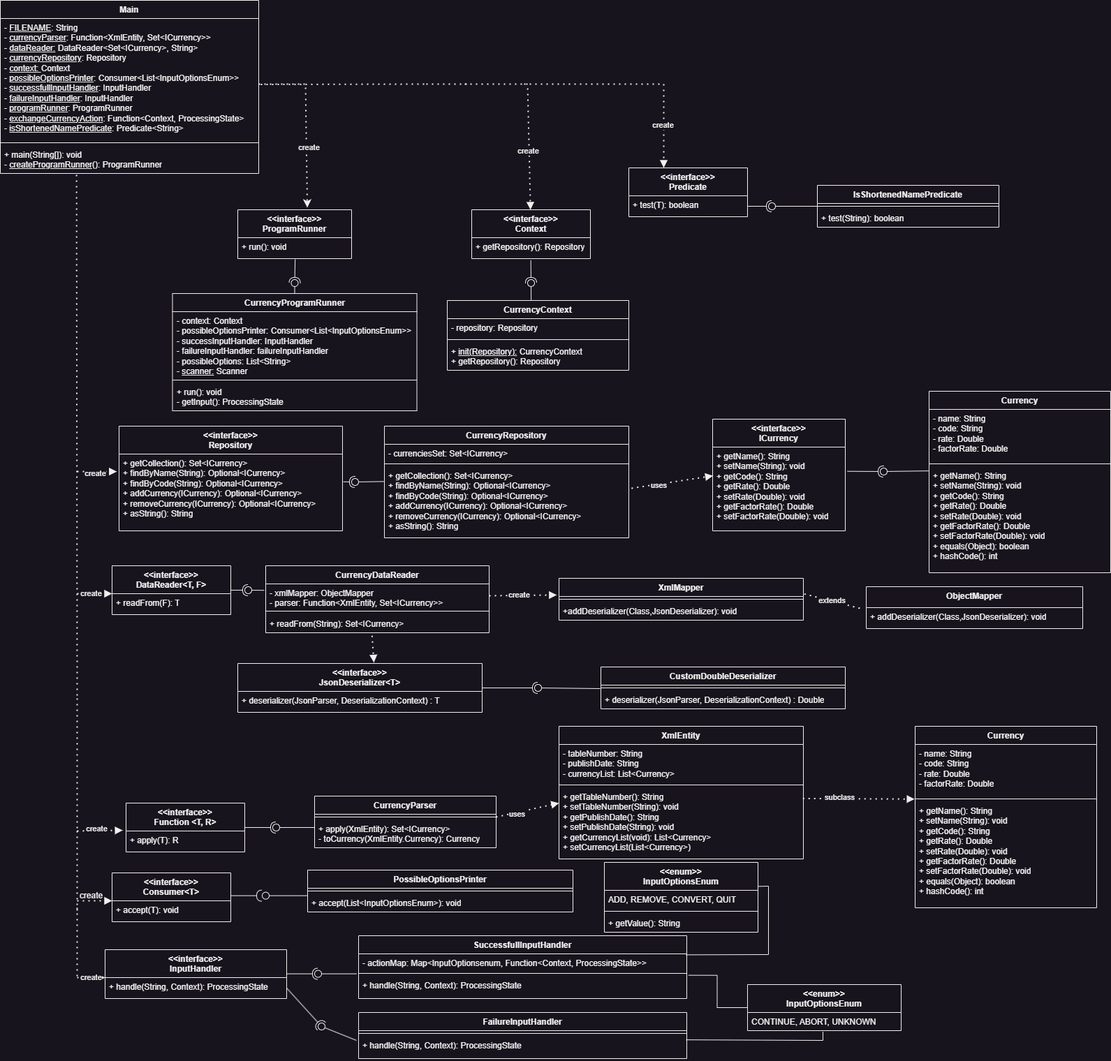
Before: CurrenciesConverter/currencies-diagram.drawio.png, a diagram exported from draw.io (matjamr/to-studies). Source tidied: cells renumbered, new cells last; positions are measured from the earlier drawing's top-left corner, leaving out a move shared by most shapes.
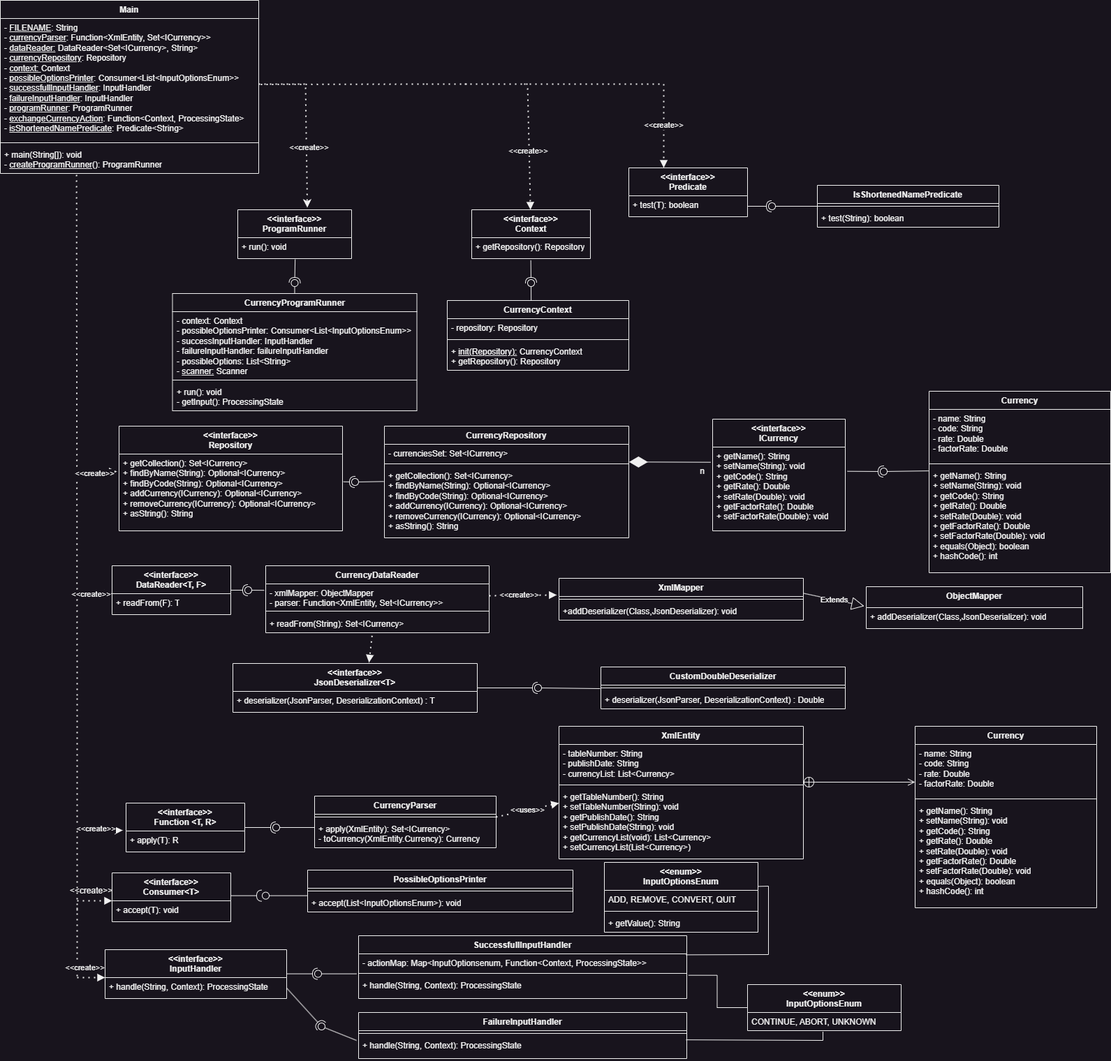
Later version of the same file.

What changed in the source:
```diff
@@ -22,7 +22,7 @@
         </Array>
       </mxGeometry>
     </mxCell>
-    <mxCell id="7" value="create" style="edgeLabel;html=1;align=center;verticalAlign=middle;" parent="6" vertex="1">
+    <mxCell id="7" value="&amp;lt;&amp;lt;create&amp;gt;&amp;gt;" style="edgeLabel;html=1;align=center;verticalAlign=middle;" parent="6" vertex="1">
       <mxGeometry x="0.29" y="3" relative="1" as="geometry" />
     </mxCell>
     <mxCell id="8" value="&amp;lt;&amp;lt;interface&amp;gt;&amp;gt;&lt;br&gt;ProgramRunner&lt;br&gt;" style="swimlane;fontStyle=1;align=center;verticalAlign=top;horizontal=1;startSize=40;whiteSpace=wrap;html=1;swimlaneLine=1;" parent="1" vertex="1">
@@ -71,7 +71,7 @@
         </Array>
       </mxGeometry>
     </mxCell>
-    <mxCell id="21" value="create" style="edgeLabel;html=1;align=center;verticalAlign=middle;" parent="20" vertex="1">
+    <mxCell id="21" value="&amp;lt;&amp;lt;create&amp;gt;&amp;gt;" style="edgeLabel;html=1;align=center;verticalAlign=middle;" parent="20" vertex="1">
       <mxGeometry x="0.37" y="-2" relative="1" as="geometry" />
     </mxCell>
     <mxCell id="22" value="CurrencyContext" style="swimlane;fontStyle=1;align=center;verticalAlign=top;horizontal=1;startSize=26;whiteSpace=wrap;html=1;" parent="1" vertex="1">
@@ -117,7 +117,7 @@
         <mxPoint x="110" y="675" as="sourcePoint" />
       </mxGeometry>
     </mxCell>
-    <mxCell id="34" value="create" style="edgeLabel;html=1;align=center;verticalAlign=middle;" parent="33" vertex="1">
+    <mxCell id="34" value="&amp;lt;&amp;lt;create&amp;gt;&amp;gt;" style="edgeLabel;html=1;align=center;verticalAlign=middle;" parent="33" vertex="1">
       <mxGeometry x="-0.11" y="-2" relative="1" as="geometry" />
     </mxCell>
     <mxCell id="35" value="CurrencyRepository" style="swimlane;fontStyle=1;align=center;verticalAlign=top;horizontal=1;startSize=26;whiteSpace=wrap;html=1;" parent="1" vertex="1">
@@ -147,7 +147,7 @@
         <mxPoint x="160" y="850" as="targetPoint" />
       </mxGeometry>
     </mxCell>
-    <mxCell id="43" value="create" style="edgeLabel;html=1;align=center;verticalAlign=middle;" parent="42" vertex="1">
+    <mxCell id="43" value="&amp;lt;&amp;lt;create&amp;gt;&amp;gt;" style="edgeLabel;html=1;align=center;verticalAlign=middle;" parent="42" vertex="1">
       <mxGeometry x="-0.26" relative="1" as="geometry" />
     </mxCell>
     <mxCell id="44" value="&amp;lt;&amp;lt;interface&amp;gt;&amp;gt;&lt;br&gt;DataReader&amp;lt;T, F&amp;gt;" style="swimlane;fontStyle=1;align=center;verticalAlign=top;horizontal=1;startSize=40;whiteSpace=wrap;html=1;swimlaneLine=1;" parent="1" vertex="1">
@@ -201,23 +201,17 @@
     <mxCell id="60" value="+addDeserializer(Class,JsonDeserializer): void" style="text;strokeColor=none;fillColor=none;align=left;verticalAlign=top;spacingLeft=4;spacingRight=4;overflow=hidden;whiteSpace=wrap;html=1;" parent="58" vertex="1">
       <mxGeometry y="34" width="350" height="26" as="geometry" />
     </mxCell>
-    <mxCell id="61" value="," style="endArrow=none;dashed=1;html=1;dashPattern=1 3;strokeWidth=2;rounded=0;exitX=1.004;exitY=0.374;exitDx=0;exitDy=0;entryX=-0.011;entryY=0.082;entryDx=0;entryDy=0;entryPerimeter=0;exitPerimeter=0;" parent="1" edge="1" source="58" target="54">
-      <mxGeometry relative="1" as="geometry" />
-    </mxCell>
-    <mxCell id="62" value="extends" style="edgeLabel;html=1;align=center;verticalAlign=middle;" parent="61" vertex="1">
-      <mxGeometry x="-0.08" y="1" relative="1" as="geometry" />
-    </mxCell>
     <mxCell id="63" style="endArrow=block;dashed=1;html=1;dashPattern=1 3;strokeWidth=2;rounded=0;exitX=1;exitY=0.5;exitDx=0;exitDy=0;entryX=-0.009;entryY=0.398;entryDx=0;entryDy=0;endFill=1;entryPerimeter=0;" parent="1" edge="1" source="47" target="58">
       <mxGeometry relative="1" as="geometry" />
     </mxCell>
-    <mxCell id="64" value="create" style="edgeLabel;html=1;align=center;verticalAlign=middle;" parent="63" vertex="1">
+    <mxCell id="64" value="&amp;lt;&amp;lt;create&amp;gt;&amp;gt;" style="edgeLabel;html=1;align=center;verticalAlign=middle;" parent="63" vertex="1">
       <mxGeometry x="-0.11" y="1" relative="1" as="geometry" />
     </mxCell>
     <mxCell id="65" style="endArrow=block;dashed=1;html=1;dashPattern=1 3;strokeWidth=2;rounded=0;exitX=0.476;exitY=1.164;exitDx=0;exitDy=0;exitPerimeter=0;endFill=1;entryX=0.557;entryY=-0.019;entryDx=0;entryDy=0;entryPerimeter=0;" parent="1" edge="1" source="49" target="66">
       <mxGeometry relative="1" as="geometry" />
     </mxCell>
     <mxCell id="66" value="&amp;lt;&amp;lt;interface&amp;gt;&amp;gt;&lt;br&gt;JsonDeserializer&amp;lt;T&amp;gt;" style="swimlane;fontStyle=1;align=center;verticalAlign=top;horizontal=1;startSize=40;whiteSpace=wrap;html=1;swimlaneLine=1;" parent="1" vertex="1">
-      <mxGeometry x="340" y="950" width="350" height="70" as="geometry" />
+      <mxGeometry x="333" y="950" width="350" height="70" as="geometry" />
     </mxCell>
     <mxCell id="67" value="+ deserializer(JsonParser, DeserializationContext) : T" style="text;strokeColor=none;fillColor=none;align=left;verticalAlign=top;spacingLeft=4;spacingRight=4;overflow=hidden;whiteSpace=wrap;html=1;" parent="66" vertex="1">
       <mxGeometry y="40" width="350" height="30" as="geometry" />
@@ -248,7 +242,7 @@
         <mxPoint x="110" y="1190" as="sourcePoint" />
       </mxGeometry>
     </mxCell>
-    <mxCell id="75" value="create" style="edgeLabel;html=1;align=center;verticalAlign=middle;" parent="74" vertex="1">
+    <mxCell id="75" value="&amp;lt;&amp;lt;create&amp;gt;&amp;gt;" style="edgeLabel;html=1;align=center;verticalAlign=middle;" parent="74" vertex="1">
       <mxGeometry x="-0.17" y="3" relative="1" as="geometry" />
     </mxCell>
     <mxCell id="76" style="rounded=0;jettySize=auto;html=1;endArrow=halfCircle;endFill=0;endSize=6;strokeWidth=1;sketch=0;exitX=1;exitY=0.5;exitDx=0;exitDy=0;" parent="1" edge="1" source="72">
@@ -327,8 +321,10 @@
         <mxPoint x="150" y="1400" as="targetPoint" />
       </mxGeometry>
     </mxCell>
-    <mxCell id="94" value="create" style="edgeLabel;html=1;align=center;verticalAlign=middle;" parent="93" vertex="1">
-      <mxGeometry x="0.02" relative="1" as="geometry" />
+    <mxCell id="94" value="&amp;lt;&amp;lt;create&amp;gt;&amp;gt;" style="edgeLabel;html=1;align=center;verticalAlign=middle;" parent="93" vertex="1">
+      <mxGeometry x="0.02" relative="1" as="geometry">
+        <mxPoint x="-10" y="-15" as="offset" />
+      </mxGeometry>
     </mxCell>
     <mxCell id="95" value="SuccessfullInputHandler" style="swimlane;fontStyle=1;align=center;verticalAlign=top;horizontal=1;startSize=26;whiteSpace=wrap;html=1;" parent="1" vertex="1">
       <mxGeometry x="513" y="1340" width="470" height="90" as="geometry" />
@@ -374,12 +370,6 @@
         <mxPoint x="460" y="1470" as="targetPoint" />
       </mxGeometry>
     </mxCell>
-    <mxCell id="106" style="endArrow=block;dashed=1;html=1;dashPattern=1 3;strokeWidth=2;rounded=0;exitX=1.011;exitY=0.304;exitDx=0;exitDy=0;exitPerimeter=0;entryX=0.003;entryY=0.343;entryDx=0;entryDy=0;entryPerimeter=0;endFill=1;" parent="1" edge="1" source="38" target="109">
-      <mxGeometry relative="1" as="geometry" />
-    </mxCell>
-    <mxCell id="107" value="uses" style="edgeLabel;html=1;align=center;verticalAlign=middle;" parent="106" vertex="1">
-      <mxGeometry x="-0.34" y="-1" relative="1" as="geometry" />
-    </mxCell>
     <mxCell id="108" value="&amp;lt;&amp;lt;interface&amp;gt;&amp;gt;&lt;br&gt;ICurrency" style="swimlane;fontStyle=1;align=center;verticalAlign=top;horizontal=1;startSize=40;whiteSpace=wrap;html=1;swimlaneLine=1;" parent="1" vertex="1">
       <mxGeometry x="1020" y="600" width="190" height="160" as="geometry" />
     </mxCell>
@@ -422,9 +412,9 @@
     <mxCell id="121" style="endArrow=block;dashed=1;html=1;dashPattern=1 3;strokeWidth=2;rounded=0;exitX=1;exitY=-0.1;exitDx=0;exitDy=0;exitPerimeter=0;entryX=0;entryY=0.216;entryDx=0;entryDy=0;entryPerimeter=0;endFill=1;" parent="1" edge="1" source="80" target="120">
       <mxGeometry relative="1" as="geometry" />
     </mxCell>
-    <mxCell id="122" value="uses" style="edgeLabel;html=1;align=center;verticalAlign=middle;" parent="121" vertex="1">
+    <mxCell id="122" value="&amp;lt;&amp;lt;uses&amp;gt;&amp;gt;" style="edgeLabel;html=1;align=center;verticalAlign=middle;" parent="121" vertex="1">
       <mxGeometry x="-0.36" y="-3" relative="1" as="geometry">
-        <mxPoint y="-1" as="offset" />
+        <mxPoint x="16" y="-7" as="offset" />
       </mxGeometry>
     </mxCell>
     <mxCell id="123" value="Currency" style="swimlane;fontStyle=1;align=center;verticalAlign=top;horizontal=1;startSize=26;whiteSpace=wrap;html=1;" parent="1" vertex="1">
@@ -439,12 +429,6 @@
     <mxCell id="126" value="+ getName(): String&lt;br&gt;+ setName(String): void&lt;br&gt;+ getCode(): String&lt;br&gt;+ getRate(): Double&lt;br&gt;+ setRate(Double): void&lt;br&gt;+ getFactorRate(): Double&lt;br&gt;+ setFactorRate(Double): void&lt;br&gt;+ equals(Object): boolean&lt;br&gt;+ hashCode(): int" style="text;strokeColor=none;fillColor=none;align=left;verticalAlign=top;spacingLeft=4;spacingRight=4;overflow=hidden;whiteSpace=wrap;html=1;" parent="123" vertex="1">
       <mxGeometry y="108" width="260" height="152" as="geometry" />
     </mxCell>
-    <mxCell id="127" style="endArrow=block;dashed=1;html=1;dashPattern=1 3;strokeWidth=2;rounded=0;entryX=-0.003;entryY=1.058;entryDx=0;entryDy=0;entryPerimeter=0;exitX=0.998;exitY=0.151;exitDx=0;exitDy=0;exitPerimeter=0;endFill=1;" parent="1" edge="1" source="120" target="124">
-      <mxGeometry relative="1" as="geometry" />
-    </mxCell>
-    <mxCell id="128" value="subclass" style="edgeLabel;html=1;align=center;verticalAlign=middle;" parent="127" vertex="1">
-      <mxGeometry x="-0.35" y="2" relative="1" as="geometry" />
-    </mxCell>
     <mxCell id="129" value="&amp;lt;&amp;lt;enum&amp;gt;&amp;gt;&lt;br&gt;InputOptionsEnum" style="swimlane;fontStyle=1;align=center;verticalAlign=top;horizontal=1;startSize=40;whiteSpace=wrap;html=1;" parent="1" vertex="1">
       <mxGeometry x="865" y="1235" width="220" height="100" as="geometry" />
     </mxCell>
@@ -490,7 +474,7 @@
         </Array>
       </mxGeometry>
     </mxCell>
-    <mxCell id="139" value="create" style="edgeLabel;html=1;align=center;verticalAlign=middle;" parent="138" vertex="1">
+    <mxCell id="139" value="&amp;lt;&amp;lt;create&amp;gt;&amp;gt;" style="edgeLabel;html=1;align=center;verticalAlign=middle;" parent="138" vertex="1">
       <mxGeometry x="0.61" y="-1" relative="1" as="geometry" />
     </mxCell>
     <mxCell id="140" value="&amp;lt;&amp;lt;interface&amp;gt;&amp;gt;&lt;br&gt;Predicate" style="swimlane;fontStyle=1;align=center;verticalAlign=top;horizontal=1;startSize=40;whiteSpace=wrap;html=1;swimlaneLine=1;" parent="1" vertex="1">
@@ -517,8 +501,37 @@
     <mxCell id="147" style="ellipse;whiteSpace=wrap;html=1;align=center;fillColor=none;strokeColor=none;perimeter=centerPerimeter;points=[];outlineConnect=1;" parent="1" vertex="1">
       <mxGeometry x="1100" y="290" width="10" height="10" as="geometry" />
     </mxCell>
-    <mxCell id="148" value="create" style="text;html=1;align=center;verticalAlign=middle;strokeColor=none;fillColor=none;" parent="1" vertex="1">
-      <mxGeometry x="100" y="1268" width="60" height="30" as="geometry" />
+    <mxCell id="148" value="&amp;lt;&amp;lt;create&amp;gt;&amp;gt;" style="text;html=1;align=center;verticalAlign=middle;strokeColor=none;fillColor=none;" parent="1" vertex="1">
+      <mxGeometry x="90" y="1261" width="80" height="30" as="geometry" />
     </mxCell>
+    <mxCell id="149" style="shape=table;startSize=0;rowLines=0;fontStyle=0;align=center;strokeColor=none;fillColor=none;whiteSpace=wrap;html=1;" parent="1" vertex="1">
+      <mxGeometry x="1170" y="820" width="180" height="30" as="geometry" />
+    </mxCell>
+    <mxCell id="150" style="shape=tableRow;horizontal=0;startSize=0;swimlaneHead=0;swimlaneBody=0;fillColor=none;top=0;left=0;right=0;bottom=0;" parent="149" vertex="1">
+      <mxGeometry width="180" height="30" as="geometry" />
+    </mxCell>
+    <mxCell id="151" style="shape=partialRectangle;fillColor=none;top=0;left=0;bottom=0;right=0;overflow=hidden;" parent="150" vertex="1">
+      <mxGeometry width="30" height="30" as="geometry" />
+    </mxCell>
+    <mxCell id="152" style="shape=partialRectangle;fillColor=none;top=0;left=0;bottom=0;right=0;align=left;spacingLeft=6;overflow=hidden;" parent="150" vertex="1">
+      <mxGeometry x="30" width="150" height="30" as="geometry" />
+    </mxCell>
+    <mxCell id="153" value="Extends" style="endArrow=block;endSize=16;endFill=0;html=1;rounded=0;entryX=-0.009;entryY=-0.071;entryDx=0;entryDy=0;entryPerimeter=0;" parent="1" edge="1" target="54">
+      <mxGeometry relative="1" as="geometry">
+        <mxPoint x="1150" y="849.4" as="sourcePoint" />
+      </mxGeometry>
+    </mxCell>
+    <mxCell id="154" style="endArrow=open;startArrow=circlePlus;endFill=0;startFill=0;endSize=8;html=1;rounded=0;" parent="1" edge="1">
+      <mxGeometry relative="1" as="geometry">
+        <mxPoint x="1150" y="1120" as="sourcePoint" />
+        <mxPoint x="1310" y="1120" as="targetPoint" />
+      </mxGeometry>
+    </mxCell>
+    <mxCell id="155" style="endArrow=diamondThin;endFill=1;endSize=24;html=1;rounded=0;exitX=-0.015;exitY=0.181;exitDx=0;exitDy=0;exitPerimeter=0;entryX=1.001;entryY=0.163;entryDx=0;entryDy=0;entryPerimeter=0;" parent="1" edge="1" source="109" target="37">
+      <mxGeometry relative="1" as="geometry" />
+    </mxCell>
+    <mxCell id="156" value="n" style="text;html=1;align=center;verticalAlign=middle;strokeColor=none;fillColor=none;" parent="1" vertex="1">
+      <mxGeometry x="990" y="660" width="30" height="30" as="geometry" />
+    </mxCell>
   </root>
 </mxGraphModel>
```
